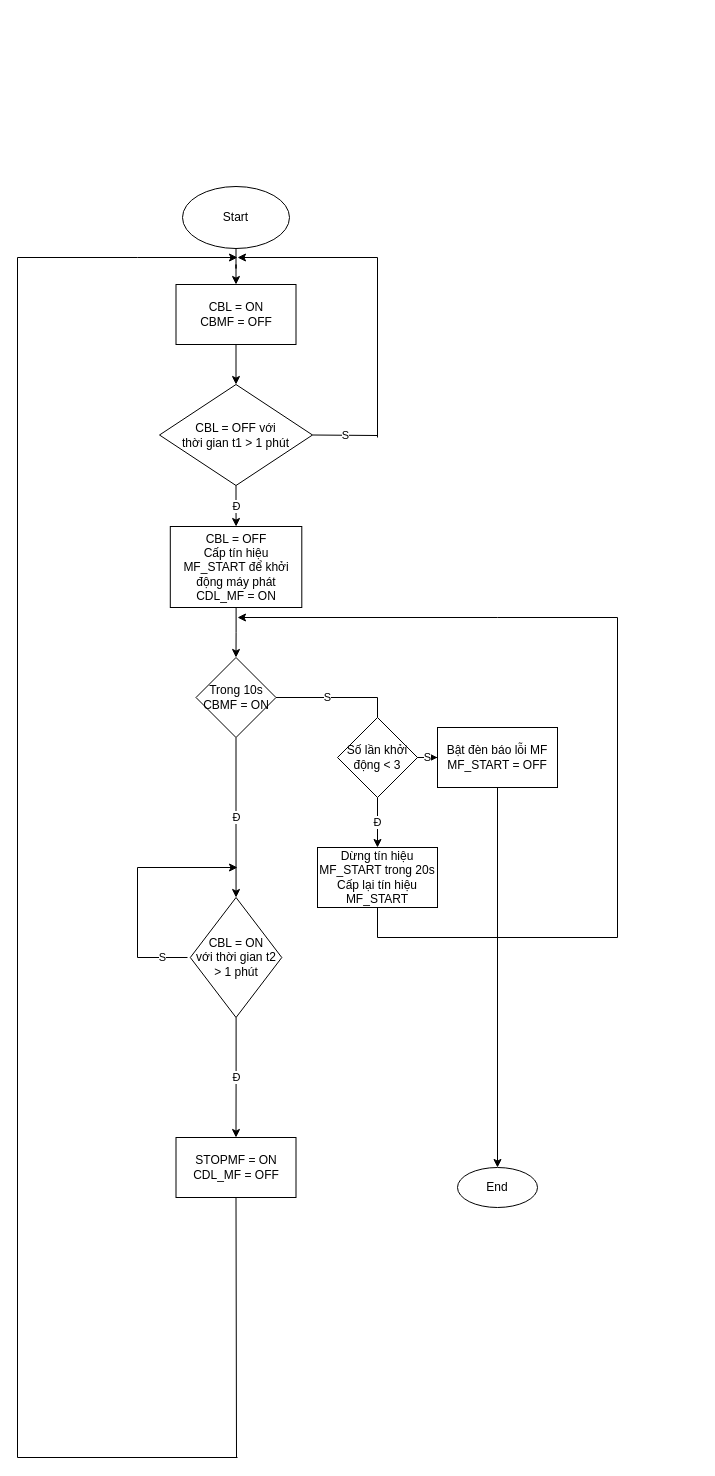
Earlier version of the draw.io diagram Untitled Diagram.drawio (thiendevweb/C-code). Source tidied: cells renumbered, new cells numbered last; positions are measured from the earlier drawing's top-left corner, leaving out a move shared by most shapes. Both pictures are drawn from the tidied source at 100%, with x=0, y=0 at pixel (17, 186).
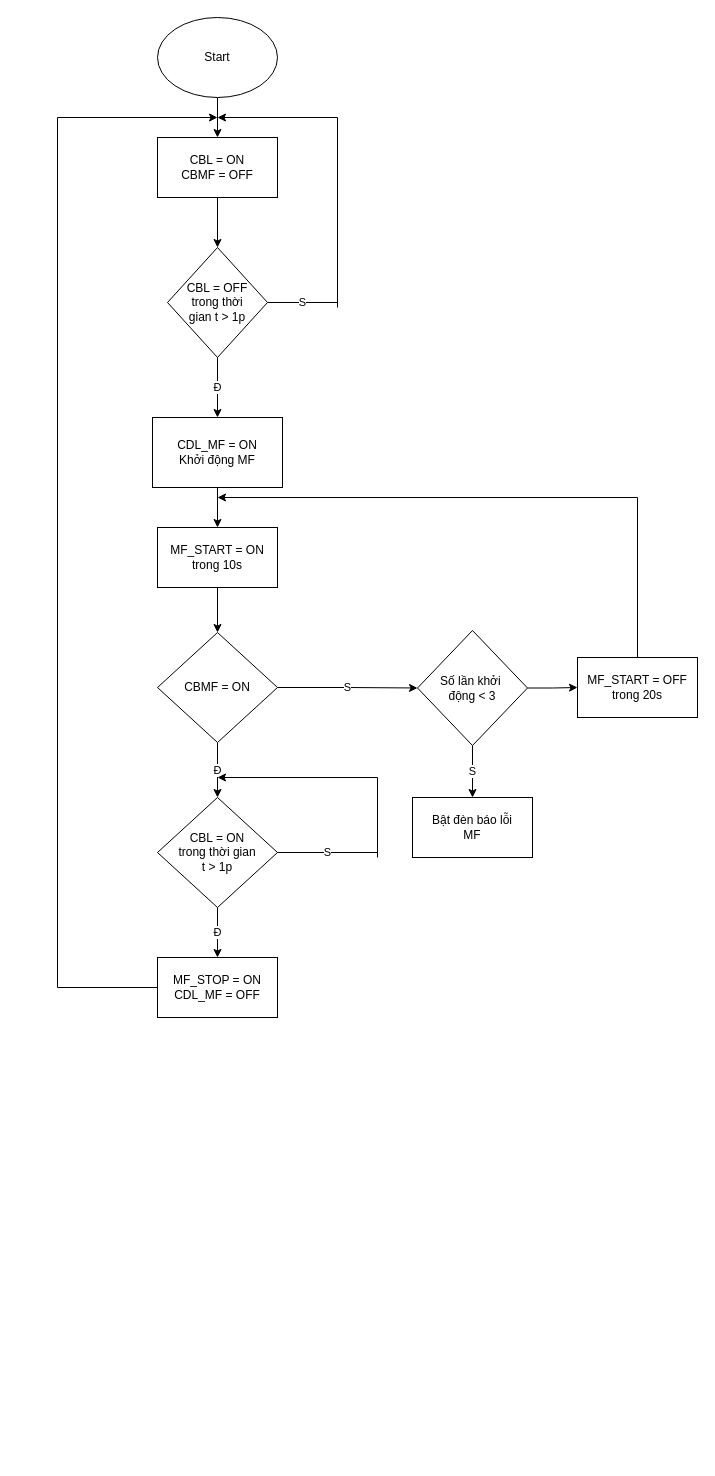
The same diagram, later.

Change to the diagram source:
```diff
@@
     <mxCell id="3" value="Start" style="ellipse;whiteSpace=wrap;html=1;" parent="1" vertex="1">
-      <mxGeometry x="165" width="107" height="62" as="geometry" />
+      <mxGeometry x="140" y="-169" width="120" height="80" as="geometry" />
     </mxCell>
-    <mxCell id="4" style="edgeStyle=orthogonalEdgeStyle;rounded=0;jettySize=auto;html=1;" parent="1" edge="1" source="5" target="7">
-      <mxGeometry relative="1" as="geometry" />
-    </mxCell>
+    <mxCell id="40" style="edgeStyle=orthogonalEdgeStyle;rounded=0;jettySize=auto;html=1;" parent="1" edge="1" source="5" target="42">
+      <mxGeometry relative="1" as="geometry" />
+    </mxCell>
     <mxCell id="5" value="CBL = ON&lt;br&gt;CBMF = OFF" style="whiteSpace=wrap;html=1;" parent="1" vertex="1">
-      <mxGeometry x="158.5" y="98" width="120" height="60" as="geometry" />
+      <mxGeometry x="140" y="-49" width="120" height="60" as="geometry" />
     </mxCell>
-    <mxCell id="6" value="Đ" style="edgeStyle=orthogonalEdgeStyle;rounded=0;jettySize=auto;html=1;" parent="1" edge="1" source="7" target="9">
-      <mxGeometry relative="1" as="geometry" />
-    </mxCell>
-    <mxCell id="7" value="CBL = OFF với &lt;br&gt;thời gian t1 &amp;gt; 1 phút" style="rhombus;whiteSpace=wrap;html=1;align=center;" parent="1" vertex="1">
-      <mxGeometry x="142" y="198" width="153" height="101" as="geometry" />
-    </mxCell>
-    <mxCell id="8" style="edgeStyle=orthogonalEdgeStyle;rounded=0;jettySize=auto;html=1;" parent="1" edge="1" source="9" target="11">
-      <mxGeometry relative="1" as="geometry" />
-    </mxCell>
-    <mxCell id="9" value="CBL = OFF&lt;br&gt;Cấp tín hiệu MF_START để khởi động máy phát&lt;br&gt;CDL_MF = ON" style="whiteSpace=wrap;html=1;" parent="1" vertex="1">
-      <mxGeometry x="152.8" y="340" width="131.5" height="81" as="geometry" />
-    </mxCell>
-    <mxCell id="10" value="Đ" style="edgeStyle=orthogonalEdgeStyle;rounded=0;jettySize=auto;html=1;entryX=0.5;entryY=0;entryDx=0;entryDy=0;" parent="1" edge="1" source="11" target="30">
-      <mxGeometry relative="1" as="geometry" />
-    </mxCell>
-    <mxCell id="11" value="Trong 10s&lt;br&gt;CBMF = ON" style="rhombus;whiteSpace=wrap;html=1;" parent="1" vertex="1">
-      <mxGeometry x="178.5" y="471" width="80" height="80" as="geometry" />
-    </mxCell>
-    <mxCell id="12" value="S" style="endArrow=none;html=1;rounded=0;exitX=1;exitY=0.5;exitDx=0;exitDy=0;" parent="1" edge="1" source="7">
-      <mxGeometry relative="1" as="geometry">
-        <mxPoint x="360" y="249" as="targetPoint" />
-      </mxGeometry>
-    </mxCell>
-    <mxCell id="13" style="endArrow=none;html=1;rounded=0;" parent="1" edge="1">
-      <mxGeometry relative="1" as="geometry">
-        <mxPoint x="360" y="251" as="sourcePoint" />
-        <mxPoint x="360" y="71" as="targetPoint" />
-      </mxGeometry>
-    </mxCell>
-    <mxCell id="14" style="endArrow=classic;html=1;rounded=0;" parent="1" edge="1">
-      <mxGeometry relative="1" as="geometry">
-        <mxPoint x="360" y="71" as="sourcePoint" />
-        <mxPoint x="220" y="71" as="targetPoint" />
-      </mxGeometry>
-    </mxCell>
-    <mxCell id="15" value="S" style="endArrow=none;html=1;rounded=0;exitX=1;exitY=0.5;exitDx=0;exitDy=0;" parent="1" edge="1" source="11">
-      <mxGeometry relative="1" as="geometry">
-        <mxPoint x="360" y="511" as="targetPoint" />
-      </mxGeometry>
-    </mxCell>
-    <mxCell id="16" value="Dừng tín hiệu MF_START trong 20s&lt;br&gt;Cấp lại tín hiệu MF_START" style="rounded=0;whiteSpace=wrap;html=1;" parent="1" vertex="1">
-      <mxGeometry x="300" y="661" width="120" height="60" as="geometry" />
-    </mxCell>
-    <mxCell id="17" style="endArrow=classic;html=1;rounded=0;" parent="1" edge="1">
-      <mxGeometry relative="1" as="geometry">
-        <mxPoint x="480" y="431" as="sourcePoint" />
-        <mxPoint x="220" y="431" as="targetPoint" />
-      </mxGeometry>
-    </mxCell>
-    <mxCell id="18" value="Đ" style="edgeStyle=orthogonalEdgeStyle;rounded=0;jettySize=auto;html=1;entryX=0.5;entryY=0;entryDx=0;entryDy=0;" parent="1" edge="1" source="20" target="16">
-      <mxGeometry relative="1" as="geometry" />
-    </mxCell>
-    <mxCell id="19" value="S" style="edgeStyle=orthogonalEdgeStyle;rounded=0;jettySize=auto;html=1;" parent="1" edge="1" source="20" target="23">
-      <mxGeometry relative="1" as="geometry" />
-    </mxCell>
+    <mxCell id="41" value="Đ" style="edgeStyle=orthogonalEdgeStyle;rounded=0;jettySize=auto;html=1;" parent="1" edge="1" source="42" target="44">
+      <mxGeometry relative="1" as="geometry" />
+    </mxCell>
+    <mxCell id="42" value="CBL = OFF&lt;br&gt;trong thời&lt;br&gt;gian t &amp;gt; 1p" style="rhombus;whiteSpace=wrap;html=1;" parent="1" vertex="1">
+      <mxGeometry x="150" y="61" width="100" height="110" as="geometry" />
+    </mxCell>
+    <mxCell id="43" style="edgeStyle=orthogonalEdgeStyle;rounded=0;jettySize=auto;html=1;" parent="1" edge="1" source="44" target="52">
+      <mxGeometry relative="1" as="geometry" />
+    </mxCell>
+    <mxCell id="44" value="CDL_MF = ON&lt;br&gt;Khởi động MF" style="whiteSpace=wrap;html=1;" parent="1" vertex="1">
+      <mxGeometry x="135" y="231" width="130" height="70" as="geometry" />
+    </mxCell>
+    <mxCell id="45" value="S" style="endArrow=none;html=1;rounded=0;exitX=1;exitY=0.5;exitDx=0;exitDy=0;" parent="1" edge="1" source="42">
+      <mxGeometry relative="1" as="geometry">
+        <mxPoint x="320" y="116" as="targetPoint" />
+      </mxGeometry>
+    </mxCell>
+    <mxCell id="46" style="endArrow=none;html=1;rounded=0;" parent="1" edge="1">
+      <mxGeometry relative="1" as="geometry">
+        <mxPoint x="320" y="121" as="sourcePoint" />
+        <mxPoint x="320" y="-69" as="targetPoint" />
+      </mxGeometry>
+    </mxCell>
+    <mxCell id="47" style="endArrow=classic;html=1;rounded=0;" parent="1" edge="1">
+      <mxGeometry relative="1" as="geometry">
+        <mxPoint x="320" y="-69" as="sourcePoint" />
+        <mxPoint x="200" y="-69" as="targetPoint" />
+      </mxGeometry>
+    </mxCell>
+    <mxCell id="48" value="Đ" style="edgeStyle=orthogonalEdgeStyle;rounded=0;jettySize=auto;html=1;" parent="1" edge="1" source="50" target="54">
+      <mxGeometry relative="1" as="geometry" />
+    </mxCell>
+    <mxCell id="49" value="S" style="edgeStyle=orthogonalEdgeStyle;rounded=0;jettySize=auto;html=1;" parent="1" edge="1" source="50" target="20">
+      <mxGeometry relative="1" as="geometry" />
+    </mxCell>
+    <mxCell id="50" value="CBMF = ON" style="rhombus;whiteSpace=wrap;html=1;" parent="1" vertex="1">
+      <mxGeometry x="140" y="446" width="120" height="110" as="geometry" />
+    </mxCell>
+    <mxCell id="51" style="edgeStyle=orthogonalEdgeStyle;rounded=0;jettySize=auto;html=1;" parent="1" edge="1" source="52" target="50">
+      <mxGeometry relative="1" as="geometry" />
+    </mxCell>
+    <mxCell id="52" value="MF_START = ON trong 10s" style="whiteSpace=wrap;html=1;" parent="1" vertex="1">
+      <mxGeometry x="140" y="341" width="120" height="60" as="geometry" />
+    </mxCell>
+    <mxCell id="53" value="Đ" style="edgeStyle=orthogonalEdgeStyle;rounded=0;jettySize=auto;html=1;" parent="1" edge="1" source="54" target="64">
+      <mxGeometry relative="1" as="geometry" />
+    </mxCell>
+    <mxCell id="54" value="CBL = ON&lt;br&gt;trong thời gian&lt;br&gt;t &amp;gt; 1p" style="rhombus;whiteSpace=wrap;html=1;" parent="1" vertex="1">
+      <mxGeometry x="140" y="611" width="120" height="110" as="geometry" />
+    </mxCell>
+    <mxCell id="55" value="S" style="endArrow=none;html=1;rounded=0;exitX=1;exitY=0.5;exitDx=0;exitDy=0;" parent="1" edge="1" source="54">
+      <mxGeometry relative="1" as="geometry">
+        <mxPoint x="360" y="666" as="targetPoint" />
+      </mxGeometry>
+    </mxCell>
+    <mxCell id="56" style="endArrow=none;html=1;rounded=0;" parent="1" edge="1">
+      <mxGeometry relative="1" as="geometry">
+        <mxPoint x="360" y="671" as="sourcePoint" />
+        <mxPoint x="360" y="591" as="targetPoint" />
+      </mxGeometry>
+    </mxCell>
+    <mxCell id="57" style="endArrow=classic;html=1;rounded=0;" parent="1" edge="1">
+      <mxGeometry relative="1" as="geometry">
+        <mxPoint x="360" y="591" as="sourcePoint" />
+        <mxPoint x="200" y="591" as="targetPoint" />
+      </mxGeometry>
+    </mxCell>
+    <mxCell id="58" value="S" style="edgeStyle=orthogonalEdgeStyle;rounded=0;jettySize=auto;html=1;" parent="1" edge="1" source="20" target="60">
+      <mxGeometry relative="1" as="geometry" />
+    </mxCell>
+    <mxCell id="59" style="edgeStyle=orthogonalEdgeStyle;rounded=0;jettySize=auto;html=1;" parent="1" edge="1" source="20" target="61">
+      <mxGeometry relative="1" as="geometry" />
+    </mxCell>
-    <mxCell id="20" value="Số lần khởi động &amp;lt; 3" style="rhombus;whiteSpace=wrap;html=1;" parent="1" vertex="1">
-      <mxGeometry x="320" y="531" width="80" height="80" as="geometry" />
+    <mxCell id="20" value="Số lần khởi&amp;nbsp;&lt;br&gt;động &amp;lt; 3" style="rhombus;whiteSpace=wrap;html=1;" parent="1" vertex="1">
+      <mxGeometry x="400" y="444" width="110" height="115" as="geometry" />
     </mxCell>
-    <mxCell id="21" style="endArrow=none;html=1;rounded=0;entryX=0.5;entryY=0;entryDx=0;entryDy=0;" parent="1" edge="1" target="20">
-      <mxGeometry relative="1" as="geometry">
-        <mxPoint x="360" y="511" as="sourcePoint" />
-      </mxGeometry>
-    </mxCell>
-    <mxCell id="22" style="edgeStyle=orthogonalEdgeStyle;rounded=0;jettySize=auto;html=1;" parent="1" edge="1" source="23" target="28">
-      <mxGeometry relative="1" as="geometry" />
-    </mxCell>
-    <mxCell id="23" value="Bật đèn báo lỗi MF&lt;br&gt;MF_START = OFF" style="whiteSpace=wrap;html=1;" parent="1" vertex="1">
-      <mxGeometry x="420" y="541" width="120" height="60" as="geometry" />
-    </mxCell>
-    <mxCell id="24" style="endArrow=none;html=1;rounded=0;entryX=0.5;entryY=1;entryDx=0;entryDy=0;" parent="1" edge="1" target="16">
-      <mxGeometry relative="1" as="geometry">
-        <mxPoint x="360" y="751" as="sourcePoint" />
-      </mxGeometry>
-    </mxCell>
-    <mxCell id="25" style="endArrow=none;html=1;rounded=0;" parent="1" edge="1">
-      <mxGeometry relative="1" as="geometry">
-        <mxPoint x="360" y="751" as="sourcePoint" />
-        <mxPoint x="600" y="751" as="targetPoint" />
-      </mxGeometry>
-    </mxCell>
-    <mxCell id="26" style="endArrow=none;html=1;rounded=0;" parent="1" edge="1">
-      <mxGeometry relative="1" as="geometry">
-        <mxPoint x="600" y="751" as="sourcePoint" />
-        <mxPoint x="600" y="431" as="targetPoint" />
-      </mxGeometry>
-    </mxCell>
-    <mxCell id="27" style="endArrow=none;html=1;rounded=0;" parent="1" edge="1">
-      <mxGeometry relative="1" as="geometry">
-        <mxPoint x="480" y="431" as="sourcePoint" />
-        <mxPoint x="600" y="431" as="targetPoint" />
-      </mxGeometry>
-    </mxCell>
-    <mxCell id="28" value="End" style="ellipse;whiteSpace=wrap;html=1;" parent="1" vertex="1">
-      <mxGeometry x="440" y="981" width="80" height="40" as="geometry" />
-    </mxCell>
-    <mxCell id="29" value="Đ" style="edgeStyle=orthogonalEdgeStyle;rounded=0;jettySize=auto;html=1;" parent="1" edge="1" source="30" target="31">
-      <mxGeometry relative="1" as="geometry" />
-    </mxCell>
-    <mxCell id="30" value="CBL = ON&lt;br&gt;với thời gian t2 &amp;gt; 1 phút" style="rhombus;whiteSpace=wrap;html=1;" parent="1" vertex="1">
-      <mxGeometry x="172.8" y="711" width="91.5" height="120" as="geometry" />
-    </mxCell>
-    <mxCell id="31" value="STOPMF = ON&lt;br&gt;CDL_MF = OFF" style="whiteSpace=wrap;html=1;" parent="1" vertex="1">
-      <mxGeometry x="158.5" y="951" width="120" height="60" as="geometry" />
-    </mxCell>
-    <mxCell id="32" style="endArrow=none;html=1;rounded=0;entryX=0.5;entryY=1;entryDx=0;entryDy=0;" parent="1" edge="1" target="31">
-      <mxGeometry relative="1" as="geometry">
-        <mxPoint x="219" y="1271" as="sourcePoint" />
-      </mxGeometry>
-    </mxCell>
-    <mxCell id="33" style="endArrow=none;html=1;rounded=0;" parent="1" edge="1">
-      <mxGeometry relative="1" as="geometry">
-        <mxPoint y="1271" as="sourcePoint" />
-        <mxPoint x="220" y="1271" as="targetPoint" />
-      </mxGeometry>
-    </mxCell>
-    <mxCell id="34" style="endArrow=none;html=1;rounded=0;" parent="1" edge="1">
-      <mxGeometry relative="1" as="geometry">
-        <mxPoint y="1271" as="sourcePoint" />
-        <mxPoint y="71" as="targetPoint" />
-      </mxGeometry>
-    </mxCell>
-    <mxCell id="35" style="endArrow=classic;html=1;rounded=0;" parent="1" edge="1">
-      <mxGeometry relative="1" as="geometry">
-        <mxPoint x="120" y="71" as="sourcePoint" />
-        <mxPoint x="220" y="71" as="targetPoint" />
-      </mxGeometry>
-    </mxCell>
-    <mxCell id="36" style="endArrow=none;html=1;rounded=0;" parent="1" edge="1">
-      <mxGeometry relative="1" as="geometry">
-        <mxPoint y="71" as="sourcePoint" />
-        <mxPoint x="120" y="71" as="targetPoint" />
-      </mxGeometry>
-    </mxCell>
-    <mxCell id="37" value="S" style="endArrow=none;html=1;rounded=0;" parent="1" edge="1">
-      <mxGeometry relative="1" as="geometry">
-        <mxPoint x="120" y="771" as="sourcePoint" />
-        <mxPoint x="170" y="771" as="targetPoint" />
-      </mxGeometry>
-    </mxCell>
-    <mxCell id="38" style="endArrow=none;html=1;rounded=0;" parent="1" edge="1">
-      <mxGeometry relative="1" as="geometry">
-        <mxPoint x="120" y="771" as="sourcePoint" />
-        <mxPoint x="120" y="681" as="targetPoint" />
-      </mxGeometry>
-    </mxCell>
-    <mxCell id="39" style="endArrow=classic;html=1;rounded=0;" parent="1" edge="1">
-      <mxGeometry relative="1" as="geometry">
-        <mxPoint x="120" y="681" as="sourcePoint" />
-        <mxPoint x="220" y="681" as="targetPoint" />
-      </mxGeometry>
-    </mxCell>
+    <mxCell id="60" value="Bật đèn báo lỗi&lt;br&gt;MF" style="whiteSpace=wrap;html=1;" parent="1" vertex="1">
+      <mxGeometry x="395" y="611" width="120" height="60" as="geometry" />
+    </mxCell>
+    <mxCell id="61" value="MF_START = OFF trong 20s" style="whiteSpace=wrap;html=1;" parent="1" vertex="1">
+      <mxGeometry x="560" y="471" width="120" height="60" as="geometry" />
+    </mxCell>
+    <mxCell id="62" style="endArrow=none;html=1;rounded=0;exitX=0.5;exitY=0;exitDx=0;exitDy=0;" parent="1" edge="1" source="61">
+      <mxGeometry relative="1" as="geometry">
+        <mxPoint x="620" y="311" as="targetPoint" />
+      </mxGeometry>
+    </mxCell>
+    <mxCell id="63" style="endArrow=classic;html=1;rounded=0;" parent="1" edge="1">
+      <mxGeometry relative="1" as="geometry">
+        <mxPoint x="620" y="311" as="sourcePoint" />
+        <mxPoint x="200" y="311" as="targetPoint" />
+      </mxGeometry>
+    </mxCell>
+    <mxCell id="64" value="MF_STOP = ON&lt;br&gt;CDL_MF = OFF" style="whiteSpace=wrap;html=1;" parent="1" vertex="1">
+      <mxGeometry x="140" y="771" width="120" height="60" as="geometry" />
+    </mxCell>
+    <mxCell id="65" style="endArrow=none;html=1;rounded=0;entryX=0;entryY=0.5;entryDx=0;entryDy=0;" parent="1" edge="1" target="64">
+      <mxGeometry relative="1" as="geometry">
+        <mxPoint x="40" y="801" as="sourcePoint" />
+      </mxGeometry>
+    </mxCell>
+    <mxCell id="66" style="endArrow=none;html=1;rounded=0;" parent="1" edge="1">
+      <mxGeometry relative="1" as="geometry">
+        <mxPoint x="40" y="801" as="sourcePoint" />
+        <mxPoint x="40" y="-69" as="targetPoint" />
+      </mxGeometry>
+    </mxCell>
+    <mxCell id="67" style="endArrow=classic;html=1;rounded=0;" parent="1" edge="1">
+      <mxGeometry relative="1" as="geometry">
+        <mxPoint x="40" y="-69" as="sourcePoint" />
+        <mxPoint x="200" y="-69" as="targetPoint" />
+      </mxGeometry>
+    </mxCell>
```
